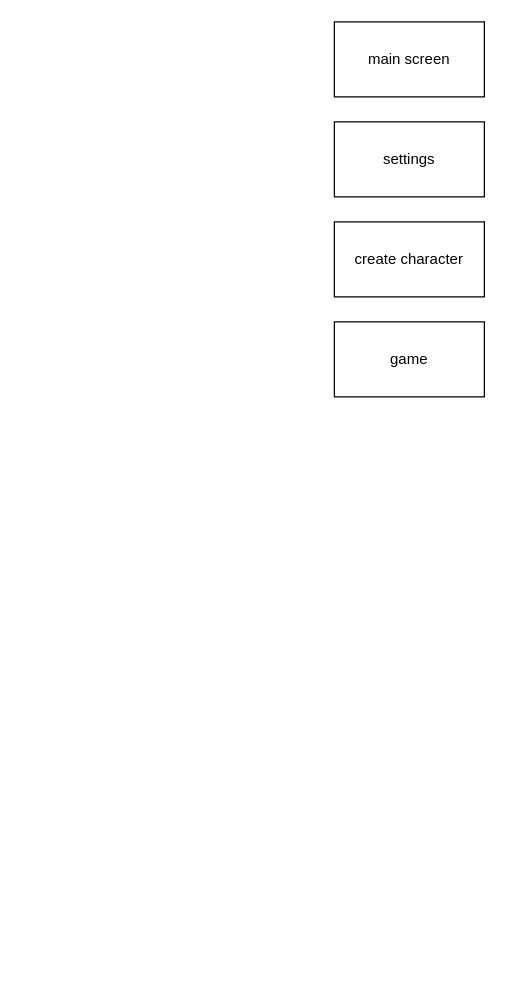
Before: Диаграмма без названия.drawio in wobl9/sorcery-blight, a draw.io diagram. Source tidied: cells renumbered, new cells numbered last; positions are measured from the earlier drawing's top-left corner, leaving out a move shared by most shapes. Both pictures are drawn from the tidied source at 125%, with x=0, y=0 at pixel (334, 21).
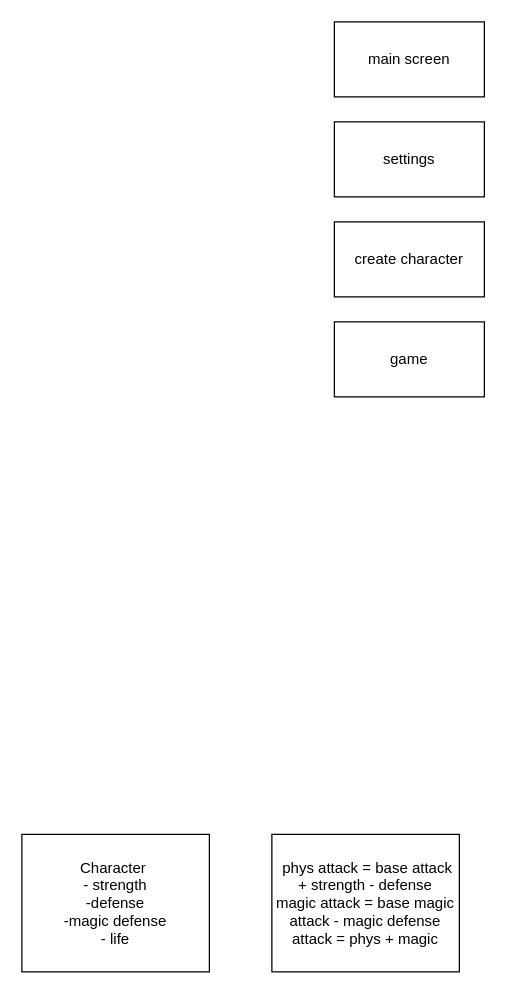
After the change.

Change to the diagram source:
```diff
@@
 <mxGraphModel>
   <root>
     <mxCell id="0" />
     <mxCell id="1" parent="0" />
     <mxCell id="2" value="main screen" style="rounded=0;whiteSpace=wrap;html=1;" parent="1" vertex="1">
       <mxGeometry width="120" height="60" as="geometry" />
     </mxCell>
     <mxCell id="3" value="settings" style="rounded=0;whiteSpace=wrap;html=1;" parent="1" vertex="1">
       <mxGeometry y="80" width="120" height="60" as="geometry" />
     </mxCell>
     <mxCell id="4" value="create character" style="rounded=0;whiteSpace=wrap;html=1;" parent="1" vertex="1">
       <mxGeometry y="160" width="120" height="60" as="geometry" />
     </mxCell>
     <mxCell id="5" value="game" style="rounded=0;whiteSpace=wrap;html=1;" parent="1" vertex="1">
       <mxGeometry y="240" width="120" height="60" as="geometry" />
     </mxCell>
+    <mxCell id="6" value="Character&amp;nbsp;&lt;br&gt;- strength&lt;br&gt;-defense&lt;br&gt;-magic defense&lt;br&gt;- life" style="rounded=0;whiteSpace=wrap;html=1;" parent="1" vertex="1">
+      <mxGeometry x="-250" y="650" width="150" height="110" as="geometry" />
+    </mxCell>
+    <mxCell id="7" value="&amp;nbsp;phys attack = base attack + strength - defense&lt;br&gt;magic attack = base magic attack - magic defense&lt;br&gt;attack = phys + magic" style="rounded=0;whiteSpace=wrap;html=1;" parent="1" vertex="1">
+      <mxGeometry x="-50" y="650" width="150" height="110" as="geometry" />
+    </mxCell>
   </root>
 </mxGraphModel>
```
